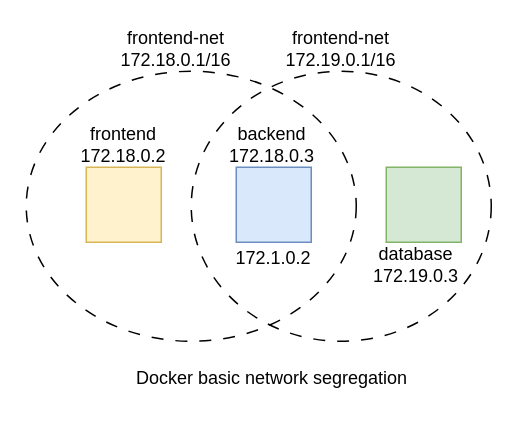
Above: static/img/docker/schemas-perso/docker-network-segregation.drawio in Uptime-Formation/supports-docusaurus (draw.io), before the change. Source tidied: cells renumbered, new cells numbered last; positions are measured from the earlier drawing's top-left corner, leaving out a move shared by most shapes. Both pictures are drawn from the tidied source at 150%, with x=0, y=0 at pixel (26, 26).
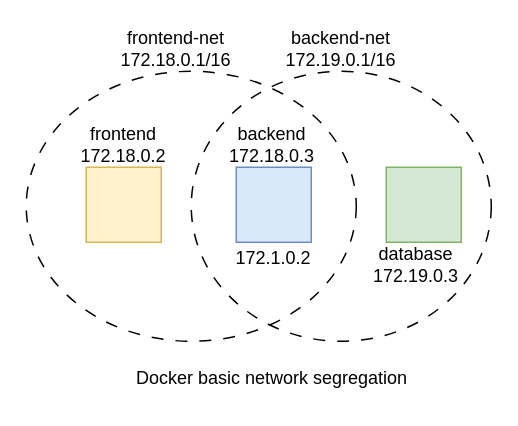
The same page after the edit.

Commit message (it also covers changes not shown here):
dock secu + update network images

The edit, as a diff of the source:
```diff
@@
 <mxGraphModel>
   <root>
     <mxCell id="0" />
     <mxCell id="1" parent="0" />
     <mxCell id="2" style="ellipse;whiteSpace=wrap;html=1;strokeWidth=1;dashed=1;dashPattern=8 8;fillColor=none;" parent="1" vertex="1">
       <mxGeometry y="30" width="220" height="180" as="geometry" />
     </mxCell>
     <mxCell id="3" style="ellipse;whiteSpace=wrap;html=1;strokeWidth=1;dashed=1;dashPattern=8 8;fillColor=none;" parent="1" vertex="1">
       <mxGeometry x="110" y="30" width="200" height="180" as="geometry" />
     </mxCell>
     <mxCell id="4" value="&lt;div&gt;frontend-net&lt;/div&gt;&lt;div&gt;172.18.0.1/16&lt;/div&gt;" style="text;html=1;align=center;verticalAlign=middle;whiteSpace=wrap;rounded=0;" parent="1" vertex="1">
       <mxGeometry x="65" width="70" height="30" as="geometry" />
     </mxCell>
-    <mxCell id="5" value="&lt;div&gt;frontend-net&lt;/div&gt;&lt;div&gt;172.19.0.1/16&lt;/div&gt;" style="text;html=1;align=center;verticalAlign=middle;whiteSpace=wrap;rounded=0;" parent="1" vertex="1">
+    <mxCell id="5" value="&lt;div&gt;backend-net&lt;/div&gt;&lt;div&gt;172.19.0.1/16&lt;/div&gt;" style="text;html=1;align=center;verticalAlign=middle;whiteSpace=wrap;rounded=0;" parent="1" vertex="1">
       <mxGeometry x="175" width="70" height="30" as="geometry" />
     </mxCell>
     <mxCell id="6" style="whiteSpace=wrap;html=1;fillColor=#fff2cc;strokeColor=#d6b656;" parent="1" vertex="1">
       <mxGeometry x="40" y="94" width="50" height="50" as="geometry" />
     </mxCell>
     <mxCell id="7" style="whiteSpace=wrap;html=1;fillColor=#dae8fc;strokeColor=#6c8ebf;" parent="1" vertex="1">
       <mxGeometry x="140" y="94" width="50" height="50" as="geometry" />
     </mxCell>
     <mxCell id="8" style="whiteSpace=wrap;html=1;fillColor=#d5e8d4;strokeColor=#82b366;" parent="1" vertex="1">
       <mxGeometry x="240" y="94" width="50" height="50" as="geometry" />
     </mxCell>
     <mxCell id="9" value="&lt;div&gt;frontend&lt;/div&gt;&lt;div&gt;172.18.0.2&lt;/div&gt;" style="text;html=1;align=center;verticalAlign=middle;whiteSpace=wrap;rounded=0;" parent="1" vertex="1">
       <mxGeometry x="30" y="64" width="70" height="30" as="geometry" />
     </mxCell>
     <mxCell id="10" value="&lt;div&gt;backend&lt;/div&gt;&lt;div&gt;172.18.0.3&lt;/div&gt;" style="text;html=1;align=center;verticalAlign=middle;whiteSpace=wrap;rounded=0;" parent="1" vertex="1">
       <mxGeometry x="129" y="64" width="70" height="30" as="geometry" />
     </mxCell>
     <mxCell id="11" value="&lt;div&gt;172.1.0.2&lt;/div&gt;" style="text;html=1;align=center;verticalAlign=middle;whiteSpace=wrap;rounded=0;" parent="1" vertex="1">
       <mxGeometry x="130" y="140" width="70" height="30" as="geometry" />
     </mxCell>
     <mxCell id="12" value="&lt;div&gt;database&lt;/div&gt;&lt;div&gt;172.19.0.3&lt;/div&gt;" style="text;html=1;align=center;verticalAlign=middle;whiteSpace=wrap;rounded=0;" parent="1" vertex="1">
       <mxGeometry x="225" y="144" width="70" height="30" as="geometry" />
     </mxCell>
     <mxCell id="13" value="&lt;div&gt;Docker basic network segregation&lt;/div&gt;" style="text;html=1;align=center;verticalAlign=middle;whiteSpace=wrap;rounded=0;" parent="1" vertex="1">
       <mxGeometry x="64" y="220" width="200" height="30" as="geometry" />
     </mxCell>
   </root>
 </mxGraphModel>
```
